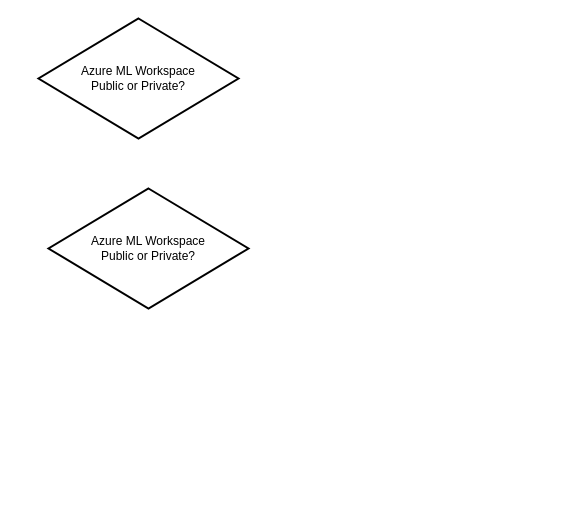
The draw.io diagram azureml-network-playbook.drawio in konabuta/azureml-network-playbook, before the edit. Source tidied: cells renumbered, new cells numbered last; positions are measured from the earlier drawing's top-left corner, leaving out a move shared by most shapes. Both pictures are drawn from the tidied source at 100%, with x=0, y=0 at pixel (38, 18).
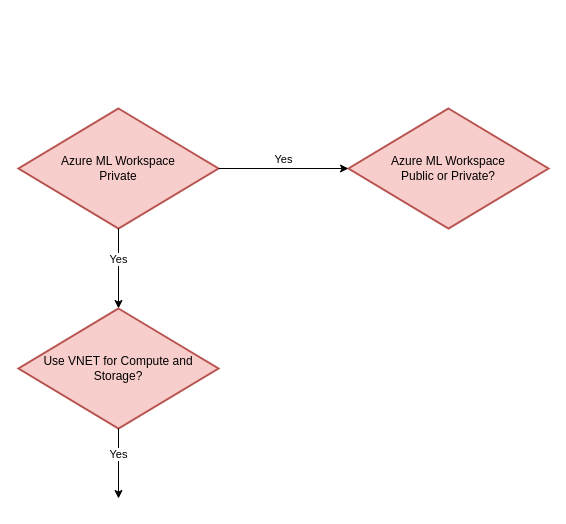
The same diagram, later.

Change to the diagram source:
```diff
@@
 <mxGraphModel>
   <root>
     <mxCell id="0" />
     <mxCell id="1" parent="0" />
-    <mxCell id="2" value="Azure ML Workspace&lt;br&gt;Public or Private?" style="strokeWidth=2;html=1;shape=mxgraph.flowchart.decision;whiteSpace=wrap;" parent="1" vertex="1">
-      <mxGeometry width="200" height="120" as="geometry" />
+    <mxCell id="2" value="Azure ML Workspace&lt;br&gt;Private" style="strokeWidth=2;html=1;shape=mxgraph.flowchart.decision;whiteSpace=wrap;fillColor=#f8cecc;strokeColor=#b85450;" parent="1" vertex="1">
+      <mxGeometry x="-20" y="90" width="200" height="120" as="geometry" />
     </mxCell>
-    <mxCell id="3" value="Azure ML Workspace&lt;br&gt;Public or Private?" style="strokeWidth=2;html=1;shape=mxgraph.flowchart.decision;whiteSpace=wrap;" parent="1" vertex="1">
-      <mxGeometry x="10" y="170" width="200" height="120" as="geometry" />
+    <mxCell id="3" value="Azure ML Workspace&lt;br&gt;Public or Private?" style="strokeWidth=2;html=1;shape=mxgraph.flowchart.decision;whiteSpace=wrap;fillColor=#f8cecc;strokeColor=#b85450;" parent="1" vertex="1">
+      <mxGeometry x="310" y="90" width="200" height="120" as="geometry" />
     </mxCell>
+    <mxCell id="4" value="Yes" style="endArrow=classic;html=1;rounded=0;exitX=1;exitY=0.5;exitDx=0;exitDy=0;exitPerimeter=0;entryX=0;entryY=0.5;entryDx=0;entryDy=0;entryPerimeter=0;labelPosition=center;verticalLabelPosition=top;align=center;verticalAlign=bottom;" parent="1" edge="1" source="2" target="3">
+      <mxGeometry relative="1" as="geometry" />
+    </mxCell>
+    <mxCell id="5" value="Yes" style="endArrow=classic;html=1;rounded=0;exitX=0.5;exitY=1;exitDx=0;exitDy=0;exitPerimeter=0;labelPosition=center;verticalLabelPosition=top;align=center;verticalAlign=bottom;" parent="1" edge="1" source="2">
+      <mxGeometry relative="1" as="geometry">
+        <mxPoint x="80" y="290" as="targetPoint" />
+      </mxGeometry>
+    </mxCell>
+    <mxCell id="6" value="Use VNET for Compute and Storage?" style="strokeWidth=2;html=1;shape=mxgraph.flowchart.decision;whiteSpace=wrap;fillColor=#f8cecc;strokeColor=#b85450;" parent="1" vertex="1">
+      <mxGeometry x="-20" y="290" width="200" height="120" as="geometry" />
+    </mxCell>
+    <mxCell id="7" value="Yes" style="endArrow=classic;html=1;rounded=0;exitX=0.5;exitY=1;exitDx=0;exitDy=0;exitPerimeter=0;labelPosition=center;verticalLabelPosition=top;align=center;verticalAlign=bottom;" parent="1" edge="1" source="6">
+      <mxGeometry relative="1" as="geometry">
+        <mxPoint x="80" y="480" as="targetPoint" />
+      </mxGeometry>
+    </mxCell>
   </root>
 </mxGraphModel>
```
